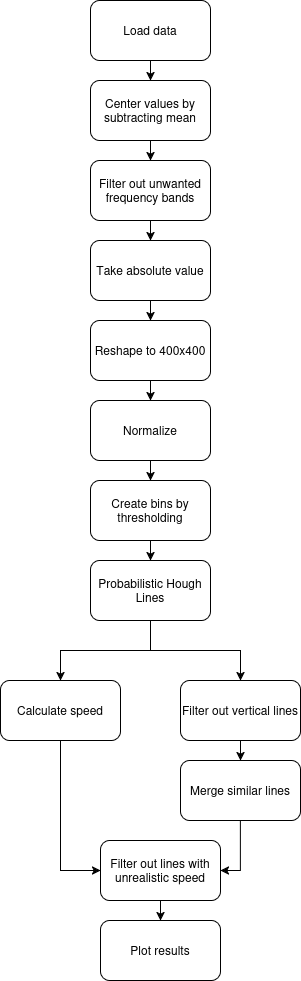
Above: DAS_diagram.png in csuchorski/object_detection_DAS (draw.io), before the change. Source tidied: cells renumbered, new cells last; positions are measured from the earlier drawing's top-left corner, leaving out a move shared by most shapes. Its diagram source:
```xml
<mxGraphModel>
  <root>
    <mxCell id="0" />
    <mxCell id="1" parent="0" />
    <mxCell id="2" style="edgeStyle=orthogonalEdgeStyle;rounded=0;jettySize=auto;html=1;" parent="1" edge="1" source="3" target="5">
      <mxGeometry relative="1" as="geometry" />
    </mxCell>
    <mxCell id="3" value="Load data" style="rounded=1;whiteSpace=wrap;html=1;" parent="1" vertex="1">
      <mxGeometry x="90" width="120" height="60" as="geometry" />
    </mxCell>
    <mxCell id="4" style="edgeStyle=orthogonalEdgeStyle;rounded=0;jettySize=auto;html=1;" parent="1" edge="1" source="5" target="7">
      <mxGeometry relative="1" as="geometry" />
    </mxCell>
    <mxCell id="5" value="Center values by subtracting mean" style="rounded=1;whiteSpace=wrap;html=1;" parent="1" vertex="1">
      <mxGeometry x="90" y="80" width="120" height="60" as="geometry" />
    </mxCell>
    <mxCell id="6" style="edgeStyle=orthogonalEdgeStyle;rounded=0;jettySize=auto;html=1;" parent="1" edge="1" source="7" target="9">
      <mxGeometry relative="1" as="geometry" />
    </mxCell>
    <mxCell id="7" value="Filter out unwanted frequency bands" style="whiteSpace=wrap;html=1;rounded=1;" parent="1" vertex="1">
      <mxGeometry x="90" y="160" width="120" height="60" as="geometry" />
    </mxCell>
    <mxCell id="8" style="edgeStyle=orthogonalEdgeStyle;rounded=0;jettySize=auto;html=1;entryX=0.5;entryY=0;entryDx=0;entryDy=0;" parent="1" edge="1" source="9" target="11">
      <mxGeometry relative="1" as="geometry" />
    </mxCell>
    <mxCell id="9" value="Take absolute value" style="whiteSpace=wrap;html=1;rounded=1;" parent="1" vertex="1">
      <mxGeometry x="90" y="240" width="120" height="60" as="geometry" />
    </mxCell>
    <mxCell id="10" style="edgeStyle=orthogonalEdgeStyle;rounded=0;jettySize=auto;html=1;" parent="1" edge="1" source="11" target="13">
      <mxGeometry relative="1" as="geometry" />
    </mxCell>
    <mxCell id="11" value="Reshape to 400x400" style="whiteSpace=wrap;html=1;rounded=1;" parent="1" vertex="1">
      <mxGeometry x="90" y="320" width="120" height="60" as="geometry" />
    </mxCell>
    <mxCell id="12" style="edgeStyle=orthogonalEdgeStyle;rounded=0;jettySize=auto;html=1;" parent="1" edge="1" source="13" target="15">
      <mxGeometry relative="1" as="geometry" />
    </mxCell>
    <mxCell id="13" value="Normalize" style="whiteSpace=wrap;html=1;rounded=1;" parent="1" vertex="1">
      <mxGeometry x="90" y="400" width="120" height="60" as="geometry" />
    </mxCell>
    <mxCell id="14" style="edgeStyle=orthogonalEdgeStyle;rounded=0;jettySize=auto;html=1;" parent="1" edge="1" source="15" target="18">
      <mxGeometry relative="1" as="geometry" />
    </mxCell>
    <mxCell id="15" value="Create bins by thresholding" style="whiteSpace=wrap;html=1;rounded=1;" parent="1" vertex="1">
      <mxGeometry x="90" y="480" width="120" height="60" as="geometry" />
    </mxCell>
    <mxCell id="16" style="edgeStyle=orthogonalEdgeStyle;rounded=0;jettySize=auto;html=1;" parent="1" edge="1" source="18" target="20">
      <mxGeometry relative="1" as="geometry" />
    </mxCell>
    <mxCell id="17" style="edgeStyle=orthogonalEdgeStyle;rounded=0;jettySize=auto;html=1;" parent="1" edge="1" source="18" target="22">
      <mxGeometry relative="1" as="geometry" />
    </mxCell>
    <mxCell id="18" value="Probabilistic Hough Lines" style="whiteSpace=wrap;html=1;rounded=1;" parent="1" vertex="1">
      <mxGeometry x="90" y="560" width="120" height="60" as="geometry" />
    </mxCell>
    <mxCell id="19" style="edgeStyle=orthogonalEdgeStyle;rounded=0;jettySize=auto;html=1;" parent="1" edge="1" source="20" target="24">
      <mxGeometry relative="1" as="geometry" />
    </mxCell>
    <mxCell id="20" value="Filter out vertical lines" style="whiteSpace=wrap;html=1;rounded=1;" parent="1" vertex="1">
      <mxGeometry x="180" y="680" width="120" height="60" as="geometry" />
    </mxCell>
    <mxCell id="21" style="edgeStyle=orthogonalEdgeStyle;rounded=0;jettySize=auto;html=1;entryX=0;entryY=0.5;entryDx=0;entryDy=0;" parent="1" edge="1" source="22" target="26">
      <mxGeometry relative="1" as="geometry" />
    </mxCell>
    <mxCell id="22" value="Calculate speed" style="rounded=1;whiteSpace=wrap;html=1;" parent="1" vertex="1">
      <mxGeometry y="680" width="120" height="60" as="geometry" />
    </mxCell>
    <mxCell id="23" style="edgeStyle=orthogonalEdgeStyle;rounded=0;jettySize=auto;html=1;entryX=1;entryY=0.5;entryDx=0;entryDy=0;" parent="1" edge="1" source="24" target="26">
      <mxGeometry relative="1" as="geometry" />
    </mxCell>
    <mxCell id="24" value="Merge similar lines" style="whiteSpace=wrap;html=1;rounded=1;" parent="1" vertex="1">
      <mxGeometry x="180" y="760" width="120" height="60" as="geometry" />
    </mxCell>
    <mxCell id="25" style="edgeStyle=orthogonalEdgeStyle;rounded=0;jettySize=auto;html=1;" parent="1" edge="1" source="26" target="27">
      <mxGeometry relative="1" as="geometry" />
    </mxCell>
    <mxCell id="26" value="Filter out lines with unrealistic speed" style="rounded=1;whiteSpace=wrap;html=1;" parent="1" vertex="1">
      <mxGeometry x="100" y="840" width="120" height="60" as="geometry" />
    </mxCell>
    <mxCell id="27" value="Plot results" style="whiteSpace=wrap;html=1;rounded=1;" parent="1" vertex="1">
      <mxGeometry x="100" y="920" width="120" height="60" as="geometry" />
    </mxCell>
  </root>
</mxGraphModel>
```
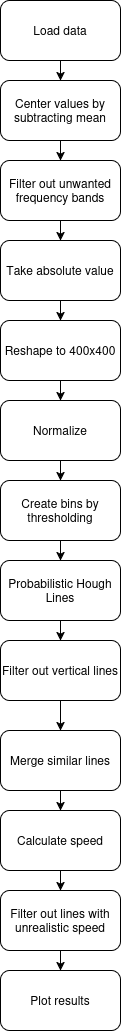
Later version of the same file.

The edit, as a diff of the source:
```diff
@@ -47,9 +47,6 @@
     <mxCell id="16" style="edgeStyle=orthogonalEdgeStyle;rounded=0;jettySize=auto;html=1;" parent="1" edge="1" source="18" target="20">
       <mxGeometry relative="1" as="geometry" />
     </mxCell>
-    <mxCell id="17" style="edgeStyle=orthogonalEdgeStyle;rounded=0;jettySize=auto;html=1;" parent="1" edge="1" source="18" target="22">
-      <mxGeometry relative="1" as="geometry" />
-    </mxCell>
     <mxCell id="18" value="Probabilistic Hough Lines" style="whiteSpace=wrap;html=1;rounded=1;" parent="1" vertex="1">
       <mxGeometry x="90" y="560" width="120" height="60" as="geometry" />
     </mxCell>
@@ -57,28 +54,28 @@
       <mxGeometry relative="1" as="geometry" />
     </mxCell>
     <mxCell id="20" value="Filter out vertical lines" style="whiteSpace=wrap;html=1;rounded=1;" parent="1" vertex="1">
-      <mxGeometry x="180" y="680" width="120" height="60" as="geometry" />
+      <mxGeometry x="90" y="640" width="120" height="60" as="geometry" />
     </mxCell>
-    <mxCell id="21" style="edgeStyle=orthogonalEdgeStyle;rounded=0;jettySize=auto;html=1;entryX=0;entryY=0.5;entryDx=0;entryDy=0;" parent="1" edge="1" source="22" target="26">
+    <mxCell id="21" style="edgeStyle=orthogonalEdgeStyle;rounded=0;jettySize=auto;html=1;entryX=0.5;entryY=0;entryDx=0;entryDy=0;" parent="1" edge="1" source="22" target="26">
       <mxGeometry relative="1" as="geometry" />
     </mxCell>
     <mxCell id="22" value="Calculate speed" style="rounded=1;whiteSpace=wrap;html=1;" parent="1" vertex="1">
-      <mxGeometry y="680" width="120" height="60" as="geometry" />
+      <mxGeometry x="90" y="810" width="120" height="60" as="geometry" />
     </mxCell>
-    <mxCell id="23" style="edgeStyle=orthogonalEdgeStyle;rounded=0;jettySize=auto;html=1;entryX=1;entryY=0.5;entryDx=0;entryDy=0;" parent="1" edge="1" source="24" target="26">
-      <mxGeometry relative="1" as="geometry" />
-    </mxCell>
+    <mxCell id="28" style="edgeStyle=orthogonalEdgeStyle;rounded=0;jettySize=auto;html=1;entryX=0.5;entryY=0;entryDx=0;entryDy=0;" parent="1" edge="1" source="24" target="22">
+      <mxGeometry relative="1" as="geometry" />
+    </mxCell>
     <mxCell id="24" value="Merge similar lines" style="whiteSpace=wrap;html=1;rounded=1;" parent="1" vertex="1">
-      <mxGeometry x="180" y="760" width="120" height="60" as="geometry" />
+      <mxGeometry x="90" y="730" width="120" height="60" as="geometry" />
     </mxCell>
     <mxCell id="25" style="edgeStyle=orthogonalEdgeStyle;rounded=0;jettySize=auto;html=1;" parent="1" edge="1" source="26" target="27">
       <mxGeometry relative="1" as="geometry" />
     </mxCell>
     <mxCell id="26" value="Filter out lines with unrealistic speed" style="rounded=1;whiteSpace=wrap;html=1;" parent="1" vertex="1">
-      <mxGeometry x="100" y="840" width="120" height="60" as="geometry" />
+      <mxGeometry x="90" y="890" width="120" height="60" as="geometry" />
     </mxCell>
     <mxCell id="27" value="Plot results" style="whiteSpace=wrap;html=1;rounded=1;" parent="1" vertex="1">
-      <mxGeometry x="100" y="920" width="120" height="60" as="geometry" />
+      <mxGeometry x="90" y="970" width="120" height="60" as="geometry" />
     </mxCell>
   </root>
 </mxGraphModel>
```
